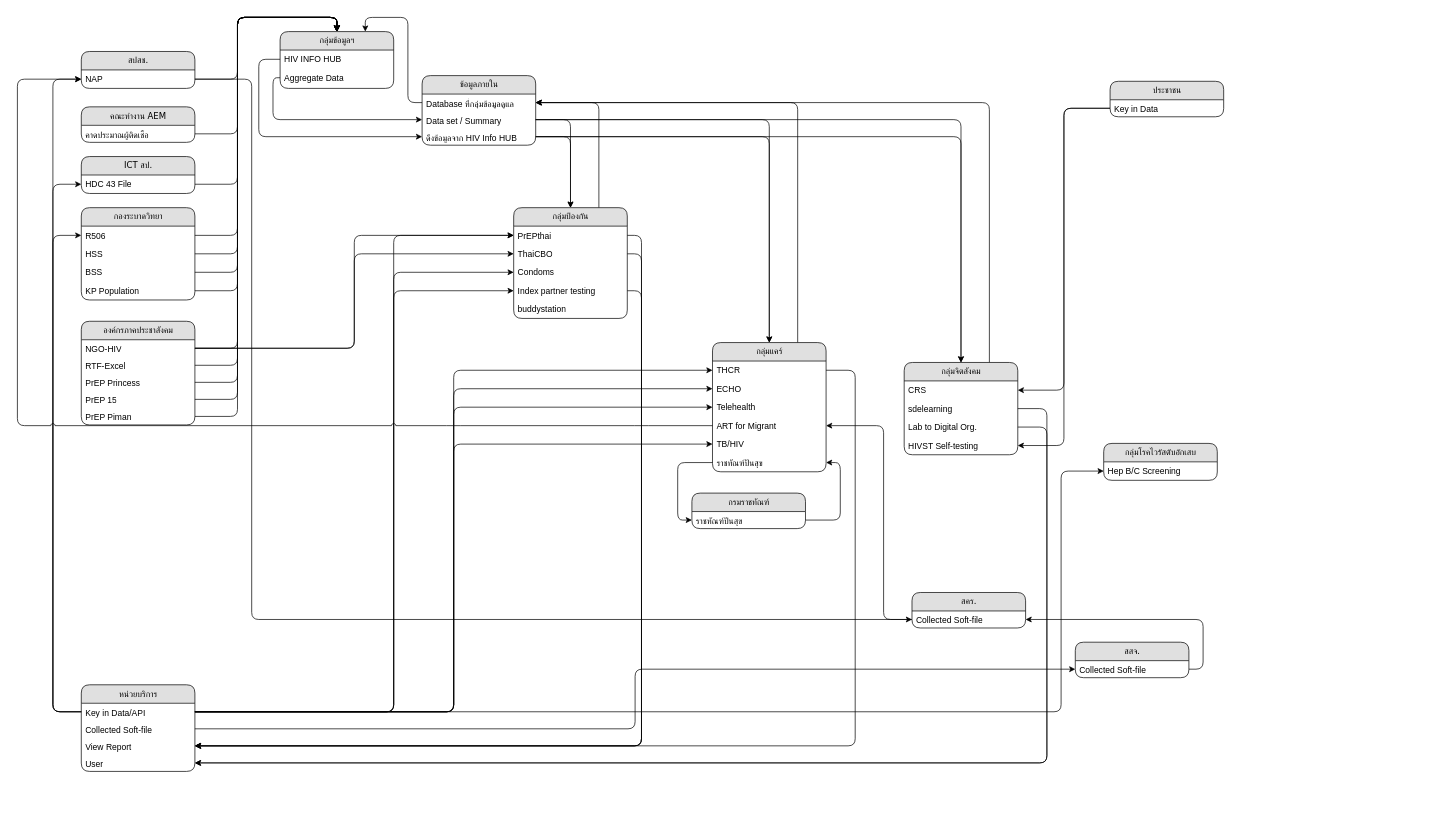
This is page "Page-2" (2 of 2) of DataSourceOVW.drawio from anun311/regist, a draw.io file, before an edit. Source tidied: cells renumbered, new cells numbered last; positions are measured from the earlier drawing's top-left corner, leaving out a move shared by most shapes. Both pictures are drawn from the tidied source at 71%, with x=0, y=0 at pixel (17, 31).
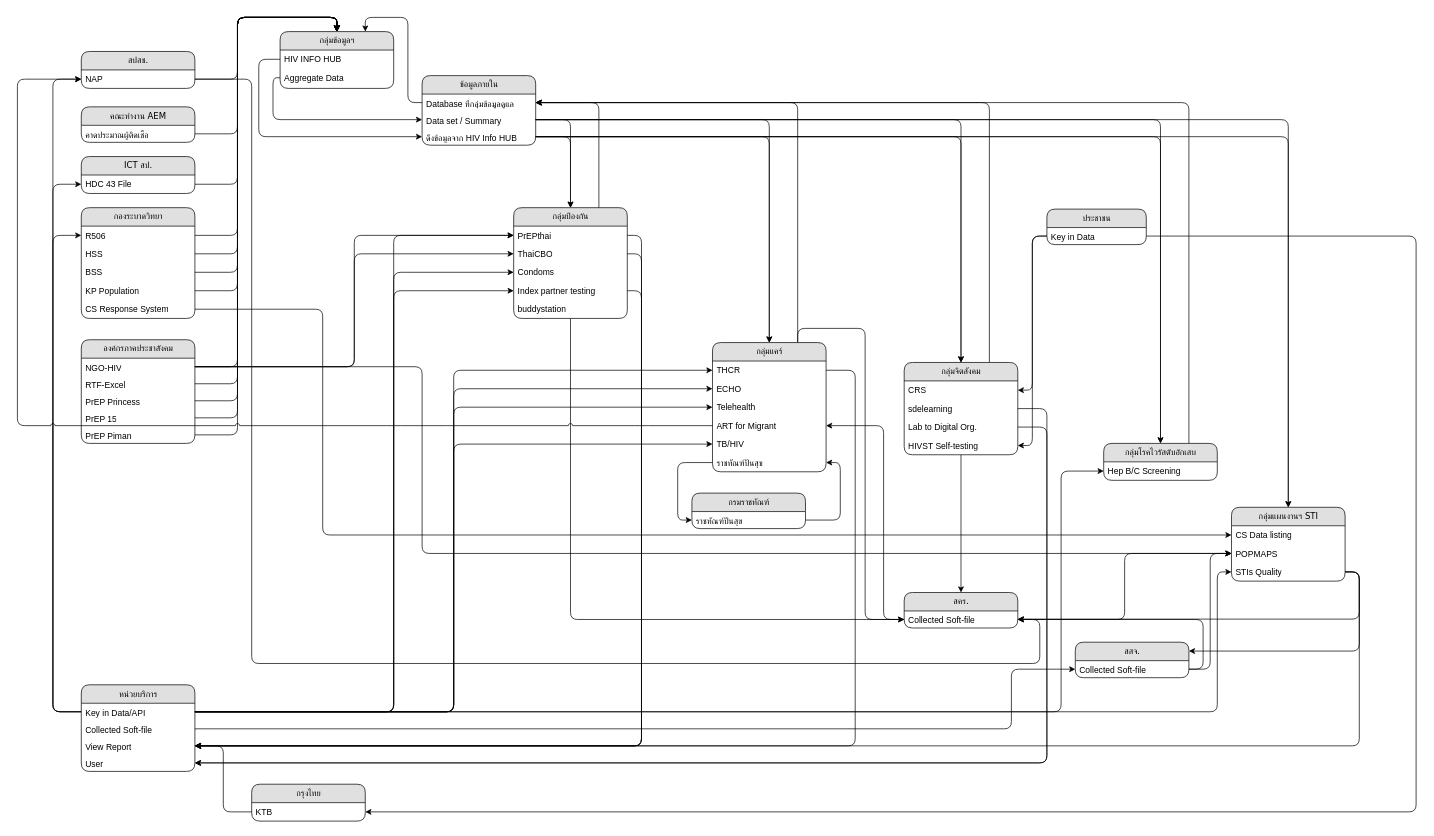
The same diagram, later.

The change refers to these unchanged cells:
```xml
<mxCell id="3" value="NAP" style="text;html=1;strokeColor=none;fillColor=none;spacingLeft=4;spacingRight=4;whiteSpace=wrap;overflow=hidden;points=[[0,0.5],[1,0.5]];portConstraint=eastwest;" parent="2" vertex="1">
  <mxGeometry y="26" width="160" height="26" as="geometry" />
</mxCell>
<mxCell id="15" value="NGO-HIV" style="text;html=1;strokeColor=none;fillColor=none;spacingLeft=4;spacingRight=4;whiteSpace=wrap;overflow=hidden;points=[[0,0.5],[1,0.5]];portConstraint=eastwest;" parent="14" vertex="1">
  <mxGeometry y="26" width="160" height="24" as="geometry" />
</mxCell>
<mxCell id="34" value="&lt;div&gt;กลุ่มป้องกัน&lt;/div&gt;" style="swimlane;html=1;fontStyle=0;horizontal=1;startSize=26;fillColor=#e0e0e0;swimlaneFillColor=#ffffff;align=center;rounded=1;shadow=0;comic=0;labelBackgroundColor=none;strokeWidth=1;fontFamily=Verdana;fontSize=12;" parent="1" vertex="1">
  <mxGeometry x="699" y="248" width="160" height="156" as="geometry" />
</mxCell>
<mxCell id="41" value="&lt;div&gt;กลุ่มแคร์&lt;/div&gt;" style="swimlane;html=1;fontStyle=0;horizontal=1;startSize=26;fillColor=#e0e0e0;swimlaneFillColor=#ffffff;align=center;rounded=1;shadow=0;comic=0;labelBackgroundColor=none;strokeWidth=1;fontFamily=Verdana;fontSize=12;" parent="1" vertex="1">
  <mxGeometry x="979" y="438" width="160" height="182" as="geometry" />
</mxCell>
<mxCell id="49" value="&lt;div&gt;กลุ่มจิตสังคม&lt;/div&gt;" style="swimlane;html=1;fontStyle=0;horizontal=1;startSize=26;fillColor=#e0e0e0;swimlaneFillColor=#ffffff;align=center;rounded=1;shadow=0;comic=0;labelBackgroundColor=none;strokeWidth=1;fontFamily=Verdana;fontSize=12;" parent="1" vertex="1">
  <mxGeometry x="1249" y="466" width="160" height="130" as="geometry" />
</mxCell>
<mxCell id="59" value="Key in Data/API" style="text;html=1;strokeColor=none;fillColor=none;spacingLeft=4;spacingRight=4;whiteSpace=wrap;overflow=hidden;points=[[0,0.5],[1,0.5]];portConstraint=eastwest;" parent="58" vertex="1">
  <mxGeometry y="26" width="160" height="24" as="geometry" />
</mxCell>
<mxCell id="60" value="Collected Soft-file" style="text;html=1;strokeColor=none;fillColor=none;spacingLeft=4;spacingRight=4;whiteSpace=wrap;overflow=hidden;points=[[0,0.5],[1,0.5]];portConstraint=eastwest;" parent="58" vertex="1">
  <mxGeometry y="50" width="160" height="24" as="geometry" />
</mxCell>
<mxCell id="61" value="View Report" style="text;html=1;strokeColor=none;fillColor=none;spacingLeft=4;spacingRight=4;whiteSpace=wrap;overflow=hidden;points=[[0,0.5],[1,0.5]];portConstraint=eastwest;" parent="58" vertex="1">
  <mxGeometry y="74" width="160" height="24" as="geometry" />
</mxCell>
<mxCell id="76" value="Collected Soft-file" style="text;html=1;strokeColor=none;fillColor=none;spacingLeft=4;spacingRight=4;whiteSpace=wrap;overflow=hidden;points=[[0,0.5],[1,0.5]];portConstraint=eastwest;" parent="75" vertex="1">
  <mxGeometry y="26" width="160" height="24" as="geometry" />
</mxCell>
<mxCell id="77" value="สสจ." style="swimlane;html=1;fontStyle=0;horizontal=1;startSize=26;fillColor=#e0e0e0;swimlaneFillColor=#ffffff;align=center;rounded=1;shadow=0;comic=0;labelBackgroundColor=none;strokeWidth=1;fontFamily=Verdana;fontSize=12;" parent="1" vertex="1">
  <mxGeometry x="1490" y="860" width="160" height="50" as="geometry" />
</mxCell>
<mxCell id="78" value="Collected Soft-file" style="text;html=1;strokeColor=none;fillColor=none;spacingLeft=4;spacingRight=4;whiteSpace=wrap;overflow=hidden;points=[[0,0.5],[1,0.5]];portConstraint=eastwest;" parent="77" vertex="1">
  <mxGeometry y="26" width="160" height="24" as="geometry" />
</mxCell>
<mxCell id="94" value="Database ที่กลุ่มข้อมูลดูแล" style="text;html=1;strokeColor=none;fillColor=none;spacingLeft=4;spacingRight=4;whiteSpace=wrap;overflow=hidden;points=[[0,0.5],[1,0.5]];portConstraint=eastwest;" parent="93" vertex="1">
  <mxGeometry y="26" width="160" height="24" as="geometry" />
</mxCell>
<mxCell id="95" value="Data set / Summary" style="text;html=1;strokeColor=none;fillColor=none;spacingLeft=4;spacingRight=4;whiteSpace=wrap;overflow=hidden;points=[[0,0.5],[1,0.5]];portConstraint=eastwest;" parent="93" vertex="1">
  <mxGeometry y="50" width="160" height="24" as="geometry" />
</mxCell>
<mxCell id="96" value="ดึงข้อมูลจาก HIV Info HUB" style="text;html=1;strokeColor=none;fillColor=none;spacingLeft=4;spacingRight=4;whiteSpace=wrap;overflow=hidden;points=[[0,0.5],[1,0.5]];portConstraint=eastwest;" parent="93" vertex="1">
  <mxGeometry y="74" width="160" height="24" as="geometry" />
</mxCell>
<mxCell id="105" value="กลุ่มโรคไวรัสตับอักเสบ" style="swimlane;html=1;fontStyle=0;horizontal=1;startSize=26;fillColor=#e0e0e0;swimlaneFillColor=#ffffff;align=center;rounded=1;shadow=0;comic=0;labelBackgroundColor=none;strokeWidth=1;fontFamily=Verdana;fontSize=12;" parent="1" vertex="1">
  <mxGeometry x="1530" y="580" width="160" height="52" as="geometry" />
</mxCell>
```

What changed in the source:
```diff
@@
     <mxCell id="7" value="&lt;div&gt;กองระบาดวิทยา&lt;/div&gt;" style="swimlane;html=1;fontStyle=0;horizontal=1;startSize=26;fillColor=#e0e0e0;swimlaneFillColor=#ffffff;align=center;rounded=1;shadow=0;comic=0;labelBackgroundColor=none;strokeWidth=1;fontFamily=Verdana;fontSize=12;" parent="1" vertex="1">
-      <mxGeometry x="90" y="248" width="160" height="130" as="geometry" />
+      <mxGeometry x="90" y="248" width="160" height="156" as="geometry" />
     </mxCell>
@@
+    <mxCell id="111" value="CS Response System" style="text;html=1;strokeColor=none;fillColor=none;spacingLeft=4;spacingRight=4;whiteSpace=wrap;overflow=hidden;points=[[0,0.5],[1,0.5]];portConstraint=eastwest;" parent="7" vertex="1">
+      <mxGeometry y="130" width="160" height="26" as="geometry" />
+    </mxCell>
@@
     <mxCell id="14" value="&lt;div&gt;องค์กรภาคประชาสังคม&lt;/div&gt;" style="swimlane;html=1;fontStyle=0;horizontal=1;startSize=26;fillColor=#e0e0e0;swimlaneFillColor=#ffffff;align=center;rounded=1;shadow=0;comic=0;labelBackgroundColor=none;strokeWidth=1;fontFamily=Verdana;fontSize=12;" parent="1" vertex="1">
-      <mxGeometry x="90" y="408" width="160" height="146" as="geometry" />
+      <mxGeometry x="90" y="434" width="160" height="146" as="geometry" />
     </mxCell>
@@
+    <mxCell id="112" style="edgeStyle=orthogonalEdgeStyle;shape=connector;curved=0;rounded=1;jettySize=auto;html=1;entryX=0;entryY=0.5;entryDx=0;entryDy=0;labelBackgroundColor=default;strokeColor=default;align=center;verticalAlign=middle;fontFamily=Helvetica;fontSize=11;fontColor=default;endArrow=classic;" parent="1" edge="1" source="34" target="76">
+      <mxGeometry relative="1" as="geometry" />
+    </mxCell>
@@
+    <mxCell id="113" style="edgeStyle=orthogonalEdgeStyle;shape=connector;curved=0;rounded=1;jettySize=auto;html=1;entryX=0;entryY=0.5;entryDx=0;entryDy=0;labelBackgroundColor=default;strokeColor=default;align=center;verticalAlign=middle;fontFamily=Helvetica;fontSize=11;fontColor=default;endArrow=classic;exitX=0.75;exitY=0;exitDx=0;exitDy=0;" parent="1" edge="1" source="41" target="76">
+      <mxGeometry relative="1" as="geometry" />
+    </mxCell>
@@
+    <mxCell id="114" style="edgeStyle=orthogonalEdgeStyle;shape=connector;curved=0;rounded=1;jettySize=auto;html=1;entryX=0.5;entryY=0;entryDx=0;entryDy=0;labelBackgroundColor=default;strokeColor=default;align=center;verticalAlign=middle;fontFamily=Helvetica;fontSize=11;fontColor=default;endArrow=classic;" parent="1" edge="1" source="49" target="75">
+      <mxGeometry relative="1" as="geometry" />
+    </mxCell>
@@
     <mxCell id="69" value="ประชาชน" style="swimlane;html=1;fontStyle=0;horizontal=1;startSize=26;fillColor=#e0e0e0;swimlaneFillColor=#ffffff;align=center;rounded=1;shadow=0;comic=0;labelBackgroundColor=none;strokeWidth=1;fontFamily=Verdana;fontSize=12;" parent="1" vertex="1">
-      <mxGeometry x="1539" y="70" width="160" height="50" as="geometry" />
+      <mxGeometry x="1450" y="250" width="140" height="50" as="geometry" />
     </mxCell>
     <mxCell id="70" value="Key in Data" style="text;html=1;strokeColor=none;fillColor=none;spacingLeft=4;spacingRight=4;whiteSpace=wrap;overflow=hidden;points=[[0,0.5],[1,0.5]];portConstraint=eastwest;" parent="69" vertex="1">
-      <mxGeometry y="26" width="160" height="24" as="geometry" />
+      <mxGeometry y="26" width="140" height="24" as="geometry" />
     </mxCell>
@@
     <mxCell id="75" value="สคร." style="swimlane;html=1;fontStyle=0;horizontal=1;startSize=26;fillColor=#e0e0e0;swimlaneFillColor=#ffffff;align=center;rounded=1;shadow=0;comic=0;labelBackgroundColor=none;strokeWidth=1;fontFamily=Verdana;fontSize=12;" parent="1" vertex="1">
-      <mxGeometry x="1260" y="790" width="160" height="50" as="geometry" />
+      <mxGeometry x="1249" y="790" width="160" height="50" as="geometry" />
     </mxCell>
@@
     <mxCell id="79" style="rounded=1;jettySize=auto;html=1;entryX=0;entryY=0.5;entryDx=0;entryDy=0;edgeStyle=orthogonalEdgeStyle;" parent="1" edge="1" source="60" target="78">
-      <mxGeometry relative="1" as="geometry" />
+      <mxGeometry relative="1" as="geometry">
+        <Array as="points">
+          <mxPoint x="1400" y="982" />
+          <mxPoint x="1400" y="898" />
+        </Array>
+      </mxGeometry>
     </mxCell>
@@
+    <mxCell id="115" style="edgeStyle=orthogonalEdgeStyle;shape=connector;curved=0;rounded=1;jettySize=auto;html=1;exitX=0.75;exitY=0;exitDx=0;exitDy=0;entryX=1;entryY=0.5;entryDx=0;entryDy=0;labelBackgroundColor=default;strokeColor=default;align=center;verticalAlign=middle;fontFamily=Helvetica;fontSize=11;fontColor=default;endArrow=classic;" parent="1" edge="1" source="105" target="94">
+      <mxGeometry relative="1" as="geometry" />
+    </mxCell>
@@
-    <mxCell id="110" style="edgeStyle=orthogonalEdgeStyle;shape=connector;curved=0;rounded=1;jettySize=auto;html=1;entryX=0;entryY=0.5;entryDx=0;entryDy=0;labelBackgroundColor=default;strokeColor=default;align=center;verticalAlign=middle;fontFamily=Helvetica;fontSize=11;fontColor=default;endArrow=classic;" parent="1" edge="1" source="3" target="76">
+    <mxCell id="110" style="edgeStyle=orthogonalEdgeStyle;shape=connector;curved=0;rounded=1;jettySize=auto;html=1;entryX=1;entryY=0.5;entryDx=0;entryDy=0;labelBackgroundColor=default;strokeColor=default;align=center;verticalAlign=middle;fontFamily=Helvetica;fontSize=11;fontColor=default;endArrow=classic;" parent="1" edge="1" source="3" target="76">
       <mxGeometry relative="1" as="geometry">
         <Array as="points">
           <mxPoint x="330" y="67" />
-          <mxPoint x="330" y="828" />
+          <mxPoint x="330" y="890" />
+          <mxPoint x="1440" y="890" />
+          <mxPoint x="1440" y="828" />
         </Array>
       </mxGeometry>
     </mxCell>
+    <mxCell id="116" value="กรุงไทย" style="swimlane;html=1;fontStyle=0;horizontal=1;startSize=26;fillColor=#e0e0e0;swimlaneFillColor=#ffffff;align=center;rounded=1;shadow=0;comic=0;labelBackgroundColor=none;strokeWidth=1;fontFamily=Verdana;fontSize=12;" parent="1" vertex="1">
+      <mxGeometry x="330" y="1060" width="160" height="52" as="geometry" />
+    </mxCell>
+    <mxCell id="117" value="KTB" style="text;html=1;strokeColor=none;fillColor=none;spacingLeft=4;spacingRight=4;whiteSpace=wrap;overflow=hidden;points=[[0,0.5],[1,0.5]];portConstraint=eastwest;" parent="116" vertex="1">
+      <mxGeometry y="26" width="160" height="26" as="geometry" />
+    </mxCell>
+    <mxCell id="118" style="edgeStyle=orthogonalEdgeStyle;shape=connector;curved=0;rounded=1;jettySize=auto;html=1;entryX=0.5;entryY=0;entryDx=0;entryDy=0;labelBackgroundColor=default;strokeColor=default;align=center;verticalAlign=middle;fontFamily=Helvetica;fontSize=11;fontColor=default;endArrow=classic;" parent="1" edge="1" source="95" target="105">
+      <mxGeometry relative="1" as="geometry" />
+    </mxCell>
+    <mxCell id="119" style="edgeStyle=orthogonalEdgeStyle;shape=connector;curved=0;rounded=1;jettySize=auto;html=1;entryX=0.5;entryY=0;entryDx=0;entryDy=0;labelBackgroundColor=default;strokeColor=default;align=center;verticalAlign=middle;fontFamily=Helvetica;fontSize=11;fontColor=default;endArrow=classic;" parent="1" edge="1" source="96" target="105">
+      <mxGeometry relative="1" as="geometry" />
+    </mxCell>
+    <mxCell id="120" style="edgeStyle=orthogonalEdgeStyle;shape=connector;curved=0;rounded=1;jettySize=auto;html=1;exitX=0;exitY=0.5;exitDx=0;exitDy=0;entryX=1;entryY=0.5;entryDx=0;entryDy=0;labelBackgroundColor=default;strokeColor=default;align=center;verticalAlign=middle;fontFamily=Helvetica;fontSize=11;fontColor=default;endArrow=classic;" parent="1" edge="1" source="117" target="61">
+      <mxGeometry relative="1" as="geometry" />
+    </mxCell>
+    <mxCell id="121" value="กลุ่มแผนงานฯ STI" style="swimlane;html=1;fontStyle=0;horizontal=1;startSize=26;fillColor=#e0e0e0;swimlaneFillColor=#ffffff;align=center;rounded=1;shadow=0;comic=0;labelBackgroundColor=none;strokeWidth=1;fontFamily=Verdana;fontSize=12;" parent="1" vertex="1">
+      <mxGeometry x="1710" y="670" width="160" height="104" as="geometry" />
+    </mxCell>
+    <mxCell id="122" value="CS Data listing" style="text;html=1;strokeColor=none;fillColor=none;spacingLeft=4;spacingRight=4;whiteSpace=wrap;overflow=hidden;points=[[0,0.5],[1,0.5]];portConstraint=eastwest;" parent="121" vertex="1">
+      <mxGeometry y="26" width="160" height="26" as="geometry" />
+    </mxCell>
+    <mxCell id="123" value="POPMAPS" style="text;html=1;strokeColor=none;fillColor=none;spacingLeft=4;spacingRight=4;whiteSpace=wrap;overflow=hidden;points=[[0,0.5],[1,0.5]];portConstraint=eastwest;" parent="121" vertex="1">
+      <mxGeometry y="52" width="160" height="26" as="geometry" />
+    </mxCell>
+    <mxCell id="124" value="STIs Quality" style="text;html=1;strokeColor=none;fillColor=none;spacingLeft=4;spacingRight=4;whiteSpace=wrap;overflow=hidden;points=[[0,0.5],[1,0.5]];portConstraint=eastwest;" parent="121" vertex="1">
+      <mxGeometry y="78" width="160" height="26" as="geometry" />
+    </mxCell>
+    <mxCell id="125" style="edgeStyle=orthogonalEdgeStyle;shape=connector;curved=0;rounded=1;jettySize=auto;html=1;labelBackgroundColor=default;strokeColor=default;align=center;verticalAlign=middle;fontFamily=Helvetica;fontSize=11;fontColor=default;endArrow=classic;" parent="1" edge="1" source="111" target="122">
+      <mxGeometry relative="1" as="geometry">
+        <Array as="points">
+          <mxPoint x="430" y="391" />
+          <mxPoint x="430" y="709" />
+        </Array>
+      </mxGeometry>
+    </mxCell>
+    <mxCell id="126" style="edgeStyle=orthogonalEdgeStyle;shape=connector;curved=0;rounded=1;jettySize=auto;html=1;entryX=0.5;entryY=0;entryDx=0;entryDy=0;labelBackgroundColor=default;strokeColor=default;align=center;verticalAlign=middle;fontFamily=Helvetica;fontSize=11;fontColor=default;endArrow=classic;" parent="1" edge="1" source="95" target="121">
+      <mxGeometry relative="1" as="geometry" />
+    </mxCell>
+    <mxCell id="127" style="edgeStyle=orthogonalEdgeStyle;shape=connector;curved=0;rounded=1;jettySize=auto;html=1;entryX=0.5;entryY=0;entryDx=0;entryDy=0;labelBackgroundColor=default;strokeColor=default;align=center;verticalAlign=middle;fontFamily=Helvetica;fontSize=11;fontColor=default;endArrow=classic;" parent="1" edge="1" source="96" target="121">
+      <mxGeometry relative="1" as="geometry" />
+    </mxCell>
+    <mxCell id="128" style="edgeStyle=orthogonalEdgeStyle;shape=connector;curved=0;rounded=1;jettySize=auto;html=1;entryX=0;entryY=0.5;entryDx=0;entryDy=0;labelBackgroundColor=default;strokeColor=default;align=center;verticalAlign=middle;fontFamily=Helvetica;fontSize=11;fontColor=default;endArrow=classic;" parent="1" edge="1" source="78" target="123">
+      <mxGeometry relative="1" as="geometry" />
+    </mxCell>
+    <mxCell id="129" style="edgeStyle=orthogonalEdgeStyle;shape=connector;curved=0;rounded=1;jettySize=auto;html=1;labelBackgroundColor=default;strokeColor=default;align=center;verticalAlign=middle;fontFamily=Helvetica;fontSize=11;fontColor=default;endArrow=classic;" parent="1" edge="1" source="76" target="123">
+      <mxGeometry relative="1" as="geometry" />
+    </mxCell>
+    <mxCell id="130" style="edgeStyle=orthogonalEdgeStyle;shape=connector;curved=0;rounded=1;jettySize=auto;html=1;entryX=0;entryY=0.5;entryDx=0;entryDy=0;labelBackgroundColor=default;strokeColor=default;align=center;verticalAlign=middle;fontFamily=Helvetica;fontSize=11;fontColor=default;endArrow=classic;" parent="1" edge="1" source="15" target="123">
+      <mxGeometry relative="1" as="geometry">
+        <Array as="points">
+          <mxPoint x="570" y="472" />
+          <mxPoint x="570" y="735" />
+        </Array>
+      </mxGeometry>
+    </mxCell>
+    <mxCell id="131" style="edgeStyle=orthogonalEdgeStyle;shape=connector;curved=0;rounded=1;jettySize=auto;html=1;entryX=0;entryY=0.5;entryDx=0;entryDy=0;labelBackgroundColor=default;strokeColor=default;align=center;verticalAlign=middle;fontFamily=Helvetica;fontSize=11;fontColor=default;endArrow=classic;" parent="1" edge="1" source="59" target="124">
+      <mxGeometry relative="1" as="geometry">
+        <Array as="points">
+          <mxPoint x="1690" y="958" />
+          <mxPoint x="1690" y="761" />
+        </Array>
+      </mxGeometry>
+    </mxCell>
+    <mxCell id="132" style="edgeStyle=orthogonalEdgeStyle;shape=connector;curved=0;rounded=1;jettySize=auto;html=1;entryX=1;entryY=0.75;entryDx=0;entryDy=0;labelBackgroundColor=default;strokeColor=default;align=center;verticalAlign=middle;fontFamily=Helvetica;fontSize=11;fontColor=default;endArrow=classic;" parent="1" edge="1" source="124" target="75">
+      <mxGeometry relative="1" as="geometry">
+        <Array as="points">
+          <mxPoint x="1890" y="761" />
+          <mxPoint x="1890" y="828" />
+        </Array>
+      </mxGeometry>
+    </mxCell>
+    <mxCell id="133" style="edgeStyle=orthogonalEdgeStyle;shape=connector;curved=0;rounded=1;jettySize=auto;html=1;entryX=1;entryY=0.25;entryDx=0;entryDy=0;labelBackgroundColor=default;strokeColor=default;align=center;verticalAlign=middle;fontFamily=Helvetica;fontSize=11;fontColor=default;endArrow=classic;" parent="1" edge="1" source="124" target="77">
+      <mxGeometry relative="1" as="geometry">
+        <Array as="points">
+          <mxPoint x="1890" y="761" />
+          <mxPoint x="1890" y="873" />
+        </Array>
+      </mxGeometry>
+    </mxCell>
+    <mxCell id="134" style="edgeStyle=orthogonalEdgeStyle;shape=connector;curved=0;rounded=1;jettySize=auto;html=1;labelBackgroundColor=default;strokeColor=default;align=center;verticalAlign=middle;fontFamily=Helvetica;fontSize=11;fontColor=default;endArrow=classic;" parent="1" edge="1" source="124" target="61">
+      <mxGeometry relative="1" as="geometry">
+        <Array as="points">
+          <mxPoint x="1890" y="761" />
+          <mxPoint x="1890" y="1006" />
+        </Array>
+      </mxGeometry>
+    </mxCell>
+    <mxCell id="135" style="edgeStyle=orthogonalEdgeStyle;shape=connector;curved=0;rounded=1;jettySize=auto;html=1;labelBackgroundColor=default;strokeColor=default;align=center;verticalAlign=middle;fontFamily=Helvetica;fontSize=11;fontColor=default;endArrow=classic;" parent="1" edge="1" source="70" target="117">
+      <mxGeometry relative="1" as="geometry">
+        <Array as="points">
+          <mxPoint x="1970" y="288" />
+          <mxPoint x="1970" y="1099" />
+        </Array>
+      </mxGeometry>
+    </mxCell>
```
